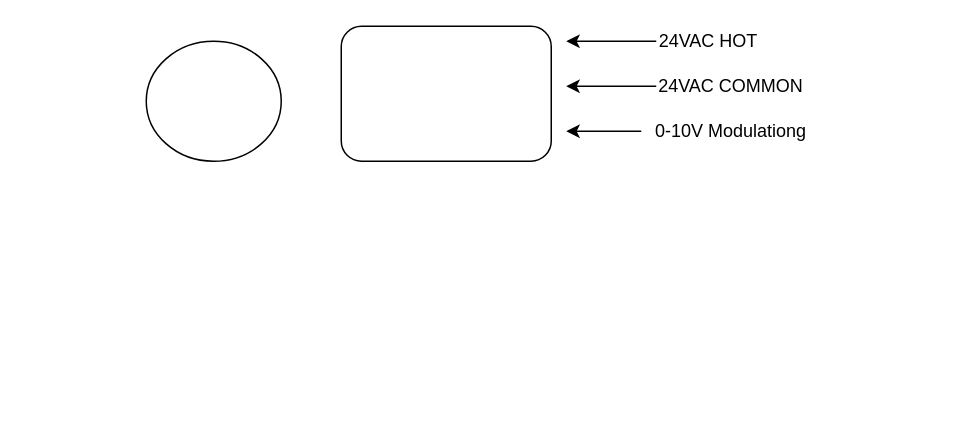
This is Untitled Diagram.drawio from suyog44/zerass-test, a draw.io file, before an edit. Source tidied: cells renumbered, new cells numbered last; positions are measured from the earlier drawing's top-left corner, leaving out a move shared by most shapes. Both pictures are drawn from the tidied source at 150%, with x=0, y=0 at pixel (146, 26).
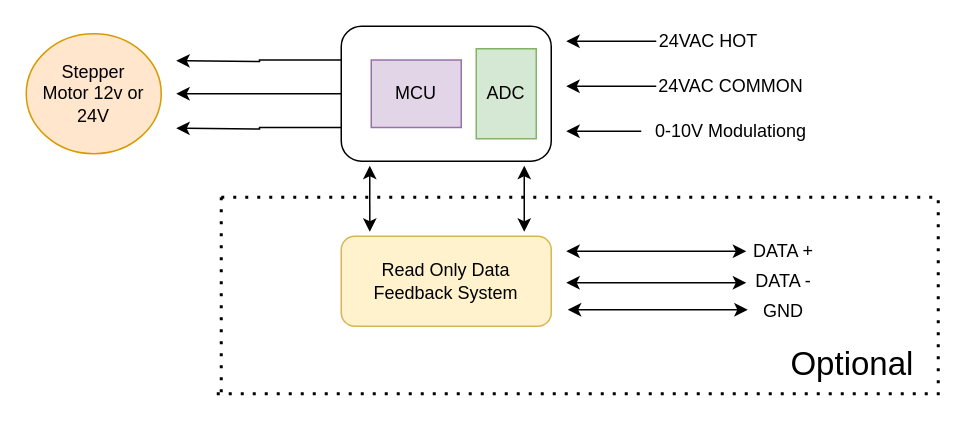
The same diagram, later.

Unchanged cells that the change refers to:
```xml
<mxCell id="8" style="rounded=1;whiteSpace=wrap;html=1;" parent="1" vertex="1">
  <mxGeometry x="130" width="140" height="90" as="geometry" />
</mxCell>
```

The edit, as a diff of the source:
```diff
@@
+    <mxCell id="10" style="edgeStyle=orthogonalEdgeStyle;rounded=0;jettySize=auto;html=1;exitX=0;exitY=0.25;exitDx=0;exitDy=0;" parent="1" edge="1" source="8">
+      <mxGeometry relative="1" as="geometry">
+        <mxPoint x="20" y="23" as="targetPoint" />
+      </mxGeometry>
+    </mxCell>
+    <mxCell id="11" style="edgeStyle=orthogonalEdgeStyle;rounded=0;jettySize=auto;html=1;exitX=0;exitY=0.5;exitDx=0;exitDy=0;" parent="1" edge="1" source="8">
+      <mxGeometry relative="1" as="geometry">
+        <mxPoint x="20" y="45" as="targetPoint" />
+      </mxGeometry>
+    </mxCell>
+    <mxCell id="12" style="edgeStyle=orthogonalEdgeStyle;rounded=0;jettySize=auto;html=1;exitX=0;exitY=0.75;exitDx=0;exitDy=0;" parent="1" edge="1" source="8">
+      <mxGeometry relative="1" as="geometry">
+        <mxPoint x="20" y="68" as="targetPoint" />
+      </mxGeometry>
+    </mxCell>
@@
-    <mxCell id="9" style="ellipse;whiteSpace=wrap;html=1;" parent="1" vertex="1">
-      <mxGeometry y="10" width="90" height="80" as="geometry" />
+    <mxCell id="9" value="Stepper&lt;br&gt;Motor 12v or 24V" style="ellipse;whiteSpace=wrap;html=1;fillColor=#ffe6cc;strokeColor=#d79b00;" parent="1" vertex="1">
+      <mxGeometry x="-80" y="5" width="90" height="80" as="geometry" />
     </mxCell>
+    <mxCell id="13" value="MCU" style="rounded=0;whiteSpace=wrap;html=1;fillColor=#e1d5e7;strokeColor=#9673a6;" parent="1" vertex="1">
+      <mxGeometry x="150" y="22.5" width="60" height="45" as="geometry" />
+    </mxCell>
+    <mxCell id="14" value="ADC" style="rounded=0;whiteSpace=wrap;html=1;fillColor=#d5e8d4;strokeColor=#82b366;" parent="1" vertex="1">
+      <mxGeometry x="220" y="15" width="40" height="60" as="geometry" />
+    </mxCell>
+    <mxCell id="15" value="Read Only Data&lt;br&gt;Feedback System" style="rounded=1;whiteSpace=wrap;html=1;fillColor=#fff2cc;strokeColor=#d6b656;" parent="1" vertex="1">
+      <mxGeometry x="130" y="140" width="140" height="60" as="geometry" />
+    </mxCell>
+    <mxCell id="16" style="endArrow=classic;startArrow=classic;html=1;exitX=0.136;exitY=-0.05;exitDx=0;exitDy=0;exitPerimeter=0;" parent="1" edge="1" source="15">
+      <mxGeometry relative="1" as="geometry">
+        <mxPoint x="149" y="93" as="targetPoint" />
+      </mxGeometry>
+    </mxCell>
+    <mxCell id="17" style="endArrow=classic;startArrow=classic;html=1;exitX=0.136;exitY=-0.05;exitDx=0;exitDy=0;exitPerimeter=0;" parent="1" edge="1">
+      <mxGeometry relative="1" as="geometry">
+        <mxPoint x="252" y="137" as="sourcePoint" />
+        <mxPoint x="252" y="93" as="targetPoint" />
+      </mxGeometry>
+    </mxCell>
+    <mxCell id="18" value="DATA +" style="text;html=1;strokeColor=none;fillColor=none;align=center;verticalAlign=middle;whiteSpace=wrap;rounded=0;" parent="1" vertex="1">
+      <mxGeometry x="400" y="140" width="50" height="20" as="geometry" />
+    </mxCell>
+    <mxCell id="19" value="DATA -" style="text;html=1;strokeColor=none;fillColor=none;align=center;verticalAlign=middle;whiteSpace=wrap;rounded=0;" parent="1" vertex="1">
+      <mxGeometry x="400" y="160" width="50" height="20" as="geometry" />
+    </mxCell>
+    <mxCell id="20" value="GND" style="text;html=1;strokeColor=none;fillColor=none;align=center;verticalAlign=middle;whiteSpace=wrap;rounded=0;" parent="1" vertex="1">
+      <mxGeometry x="400" y="180" width="50" height="20" as="geometry" />
+    </mxCell>
+    <mxCell id="21" style="endArrow=classic;startArrow=classic;html=1;entryX=0;entryY=0.5;entryDx=0;entryDy=0;" parent="1" edge="1" target="18">
+      <mxGeometry relative="1" as="geometry">
+        <mxPoint x="280" y="150" as="sourcePoint" />
+      </mxGeometry>
+    </mxCell>
+    <mxCell id="22" style="endArrow=classic;startArrow=classic;html=1;entryX=0;entryY=0.5;entryDx=0;entryDy=0;" parent="1" edge="1">
+      <mxGeometry relative="1" as="geometry">
+        <mxPoint x="280" y="171" as="sourcePoint" />
+        <mxPoint x="400" y="171" as="targetPoint" />
+      </mxGeometry>
+    </mxCell>
+    <mxCell id="23" style="endArrow=classic;startArrow=classic;html=1;entryX=0;entryY=0.5;entryDx=0;entryDy=0;" parent="1" edge="1">
+      <mxGeometry relative="1" as="geometry">
+        <mxPoint x="281" y="189" as="sourcePoint" />
+        <mxPoint x="401" y="189" as="targetPoint" />
+      </mxGeometry>
+    </mxCell>
+    <mxCell id="24" style="endArrow=none;dashed=1;html=1;dashPattern=1 3;strokeWidth=2;" parent="1" edge="1">
+      <mxGeometry relative="1" as="geometry">
+        <mxPoint x="50" y="114" as="sourcePoint" />
+        <mxPoint x="530" y="114" as="targetPoint" />
+      </mxGeometry>
+    </mxCell>
+    <mxCell id="25" style="endArrow=none;dashed=1;html=1;dashPattern=1 3;strokeWidth=2;" parent="1" edge="1">
+      <mxGeometry relative="1" as="geometry">
+        <mxPoint x="47" y="245" as="sourcePoint" />
+        <mxPoint x="527" y="245" as="targetPoint" />
+      </mxGeometry>
+    </mxCell>
+    <mxCell id="26" style="endArrow=none;dashed=1;html=1;dashPattern=1 3;strokeWidth=2;" parent="1" edge="1">
+      <mxGeometry relative="1" as="geometry">
+        <mxPoint x="50" y="244" as="sourcePoint" />
+        <mxPoint x="50" y="114" as="targetPoint" />
+      </mxGeometry>
+    </mxCell>
+    <mxCell id="27" style="endArrow=none;dashed=1;html=1;dashPattern=1 3;strokeWidth=2;" parent="1" edge="1">
+      <mxGeometry relative="1" as="geometry">
+        <mxPoint x="528" y="246" as="sourcePoint" />
+        <mxPoint x="528" y="116" as="targetPoint" />
+      </mxGeometry>
+    </mxCell>
+    <mxCell id="28" value="&lt;font style=&quot;font-size: 22px&quot;&gt;Optional&amp;nbsp;&lt;/font&gt;" style="text;html=1;strokeColor=none;fillColor=none;align=center;verticalAlign=middle;whiteSpace=wrap;rounded=0;" parent="1" vertex="1">
+      <mxGeometry x="454" y="216" width="40" height="20" as="geometry" />
+    </mxCell>
```
